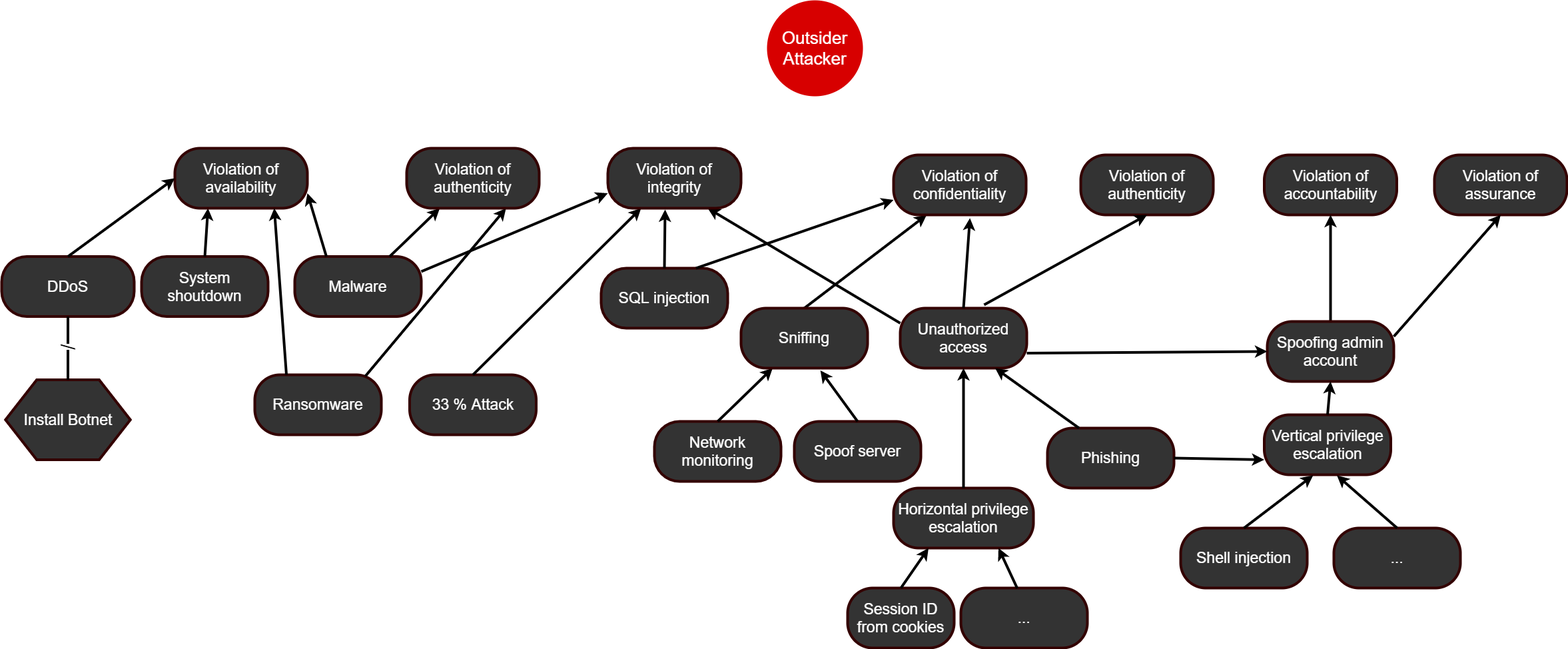
Earlier version of the draw.io export png/Outsider attack trees.png (marzdeveloper/SoftwareCybersecurity). Source tidied: cells renumbered, new cells last; positions are measured from the earlier drawing's top-left corner, leaving out a move shared by most shapes.
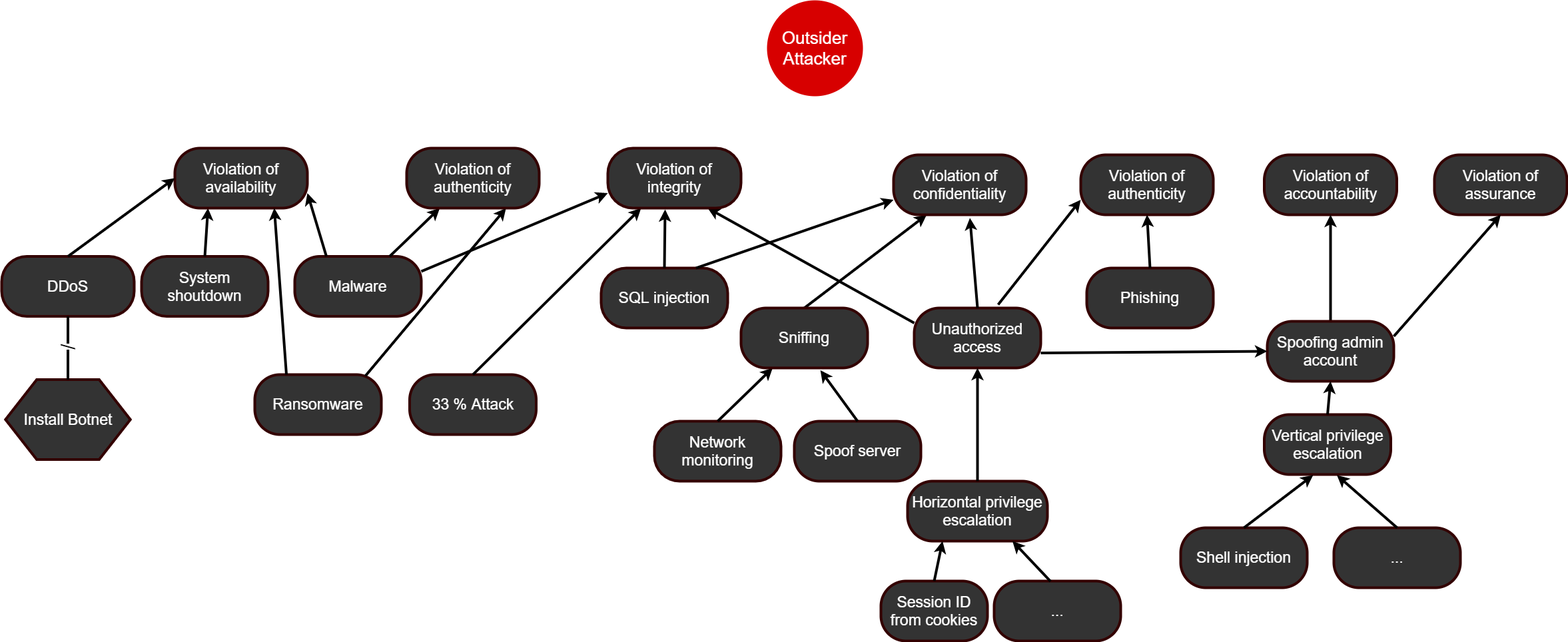
After the change.

The edit, as a diff of the source:
```diff
@@ -23,7 +23,7 @@
       <mxGeometry relative="1" as="geometry" />
     </mxCell>
     <mxCell id="8" value="&lt;font color=&quot;#ffffff&quot;&gt;&lt;span style=&quot;font-size: 23px&quot;&gt;Unauthorized access&lt;/span&gt;&lt;/font&gt;" style="rounded=1;whiteSpace=wrap;html=1;strokeColor=#330000;strokeWidth=4;fillColor=#333333;gradientColor=none;arcSize=42;" parent="1" vertex="1">
-      <mxGeometry x="1349" y="460" width="190" height="90" as="geometry" />
+      <mxGeometry x="1370" y="460" width="190" height="90" as="geometry" />
     </mxCell>
     <mxCell id="9" value="&lt;font color=&quot;#ffffff&quot;&gt;&lt;span style=&quot;font-size: 23px&quot;&gt;Network monitoring&lt;/span&gt;&lt;/font&gt;" style="rounded=1;whiteSpace=wrap;html=1;strokeColor=#330000;strokeWidth=4;fillColor=#333333;gradientColor=none;arcSize=42;" parent="1" vertex="1">
       <mxGeometry x="980" y="630" width="190" height="90" as="geometry" />
@@ -44,19 +44,19 @@
       <mxGeometry relative="1" as="geometry" />
     </mxCell>
     <mxCell id="15" value="&lt;font color=&quot;#ffffff&quot;&gt;&lt;span style=&quot;font-size: 23px&quot;&gt;Horizontal privilege escalation&lt;/span&gt;&lt;/font&gt;" style="rounded=1;whiteSpace=wrap;html=1;strokeColor=#330000;strokeWidth=4;fillColor=#333333;gradientColor=none;arcSize=42;" parent="1" vertex="1">
-      <mxGeometry x="1339" y="730" width="210" height="90" as="geometry" />
+      <mxGeometry x="1360" y="720" width="210" height="90" as="geometry" />
     </mxCell>
     <mxCell id="16" style="endArrow=classic;html=1;strokeColor=#000000;strokeWidth=4;fontColor=#FFD966;entryX=0.5;entryY=1;entryDx=0;entryDy=0;exitX=0.5;exitY=0;exitDx=0;exitDy=0;" parent="1" edge="1" source="15" target="8">
       <mxGeometry relative="1" as="geometry" />
     </mxCell>
     <mxCell id="17" value="&lt;font color=&quot;#ffffff&quot;&gt;&lt;span style=&quot;font-size: 23px&quot;&gt;Session ID from cookies&lt;/span&gt;&lt;/font&gt;" style="rounded=1;whiteSpace=wrap;html=1;strokeColor=#330000;strokeWidth=4;fillColor=#333333;gradientColor=none;arcSize=42;" parent="1" vertex="1">
-      <mxGeometry x="1270" y="880" width="160" height="90" as="geometry" />
+      <mxGeometry x="1320" y="870" width="160" height="90" as="geometry" />
     </mxCell>
     <mxCell id="18" style="endArrow=classic;html=1;strokeColor=#000000;strokeWidth=4;fontColor=#FFD966;entryX=0.25;entryY=1;entryDx=0;entryDy=0;exitX=0.5;exitY=0;exitDx=0;exitDy=0;" parent="1" edge="1" source="17" target="15">
       <mxGeometry relative="1" as="geometry" />
     </mxCell>
     <mxCell id="19" value="&lt;font color=&quot;#ffffff&quot;&gt;&lt;span style=&quot;font-size: 23px&quot;&gt;...&lt;/span&gt;&lt;/font&gt;" style="rounded=1;whiteSpace=wrap;html=1;strokeColor=#330000;strokeWidth=4;fillColor=#333333;gradientColor=none;arcSize=42;" parent="1" vertex="1">
-      <mxGeometry x="1440" y="880" width="190" height="90" as="geometry" />
+      <mxGeometry x="1490" y="870" width="190" height="90" as="geometry" />
     </mxCell>
     <mxCell id="20" style="endArrow=classic;html=1;strokeColor=#000000;strokeWidth=4;fontColor=#FFD966;entryX=0.75;entryY=1;entryDx=0;entryDy=0;exitX=0.446;exitY=0.006;exitDx=0;exitDy=0;exitPerimeter=0;" parent="1" edge="1" source="19" target="15">
       <mxGeometry relative="1" as="geometry" />
@@ -64,7 +64,7 @@
     <mxCell id="21" value="&lt;font color=&quot;#ffffff&quot; style=&quot;font-size: 23px&quot;&gt;Violation of assurance&lt;/font&gt;" style="rounded=1;whiteSpace=wrap;html=1;strokeColor=#330000;strokeWidth=4;fillColor=#333333;gradientColor=none;arcSize=42;" parent="1" vertex="1">
       <mxGeometry x="2151" y="230" width="199" height="90" as="geometry" />
     </mxCell>
-    <mxCell id="22" style="endArrow=classic;html=1;strokeColor=#000000;strokeWidth=4;fontColor=#FFD966;entryX=0.5;entryY=1;entryDx=0;entryDy=0;exitX=0.663;exitY=-0.056;exitDx=0;exitDy=0;exitPerimeter=0;" parent="1" edge="1" source="8" target="3">
+    <mxCell id="22" style="endArrow=classic;html=1;strokeColor=#000000;strokeWidth=4;fontColor=#FFD966;entryX=0;entryY=0.75;entryDx=0;entryDy=0;exitX=0.663;exitY=-0.056;exitDx=0;exitDy=0;exitPerimeter=0;" parent="1" edge="1" source="8" target="3">
       <mxGeometry relative="1" as="geometry" />
     </mxCell>
     <mxCell id="23" style="endArrow=classic;html=1;strokeColor=#000000;strokeWidth=4;fontColor=#FFD966;entryX=0.5;entryY=1;entryDx=0;entryDy=0;exitX=0.5;exitY=0;exitDx=0;exitDy=0;" parent="1" edge="1" source="25" target="4">
@@ -143,12 +143,9 @@
       <mxGeometry relative="1" as="geometry" />
     </mxCell>
     <mxCell id="48" value="&lt;font color=&quot;#ffffff&quot;&gt;&lt;span style=&quot;font-size: 23px&quot;&gt;Phishing&lt;br&gt;&lt;/span&gt;&lt;/font&gt;" style="rounded=1;whiteSpace=wrap;html=1;strokeColor=#330000;strokeWidth=4;fillColor=#333333;gradientColor=none;arcSize=42;" parent="1" vertex="1">
-      <mxGeometry x="1570" y="640" width="190" height="90" as="geometry" />
+      <mxGeometry x="1629" y="400" width="190" height="90" as="geometry" />
     </mxCell>
-    <mxCell id="49" style="endArrow=classic;html=1;strokeColor=#000000;strokeWidth=4;fontColor=#FFD966;entryX=0;entryY=0.75;entryDx=0;entryDy=0;exitX=1;exitY=0.5;exitDx=0;exitDy=0;" parent="1" edge="1" source="48" target="34">
-      <mxGeometry relative="1" as="geometry" />
-    </mxCell>
-    <mxCell id="50" style="endArrow=classic;html=1;strokeColor=#000000;strokeWidth=4;fontColor=#FFD966;entryX=0.75;entryY=1;entryDx=0;entryDy=0;exitX=0.25;exitY=0;exitDx=0;exitDy=0;" parent="1" edge="1" source="48" target="8">
+    <mxCell id="50" style="endArrow=classic;html=1;strokeColor=#000000;strokeWidth=4;fontColor=#FFD966;exitX=0.5;exitY=0;exitDx=0;exitDy=0;entryX=0.5;entryY=1;entryDx=0;entryDy=0;" parent="1" edge="1" source="48" target="3">
       <mxGeometry relative="1" as="geometry" />
     </mxCell>
     <mxCell id="51" value="&lt;font color=&quot;#ffffff&quot; style=&quot;font-size: 23px&quot;&gt;Violation of confidentiality&lt;/font&gt;&lt;span style=&quot;font-family: monospace ; font-size: 0px&quot;&gt;3CmxGraphModel%3E%3Croot%3E%3CmxCell%20id%3D%220%22%2F%3E%3CmxCell%20id%3D%221%22%20parent%3D%220%22%2F%3E%3CmxCell%20id%3D%222%22%20value%3D%22%26lt%3Bfont%20color%3D%26quot%3B%23ffffff%26quot%3B%20style%3D%26quot%3Bfont-size%3A%2023px%26quot%3B%26gt%3BViolation%20of%20availability%26lt%3B%2Ffont%26gt%3B%22%20style%3D%22rounded%3D1%3BwhiteSpace%3Dwrap%3Bhtml%3D1%3BstrokeColor%3D%23330000%3BstrokeWidth%3D4%3BfillColor%3D%23333333%3BgradientColor%3Dnone%3BarcSize%3D42%3B%22%20vertex%3D%221%22%20parent%3D%221%22%3E%3CmxGeometry%20x%3D%22530%22%20y%3D%22260%22%20width%3D%22199%22%20height%3D%2290%22%20as%3D%22geometry%22%2F%3E%3C%2FmxCell%3E%3C%2Froot%3E%3C%2FmxGraphModel%3E&lt;/span&gt;" style="rounded=1;whiteSpace=wrap;html=1;strokeColor=#330000;strokeWidth=4;fillColor=#333333;gradientColor=none;arcSize=42;" parent="1" vertex="1">
```
